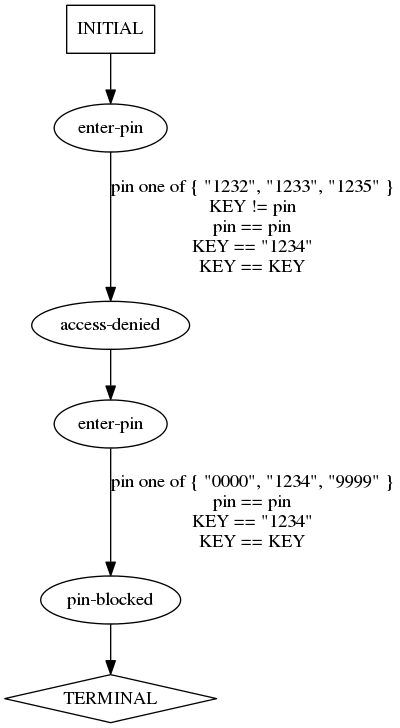
Before: traces/abstract/verify-pin/predicted-paths/verify-pin-test14.dot.png, a diagram exported from Graphviz (ModelInference/synoptic). Its source is kept beside it as traces/abstract/verify-pin/predicted-paths/verify-pin-test14.dot.
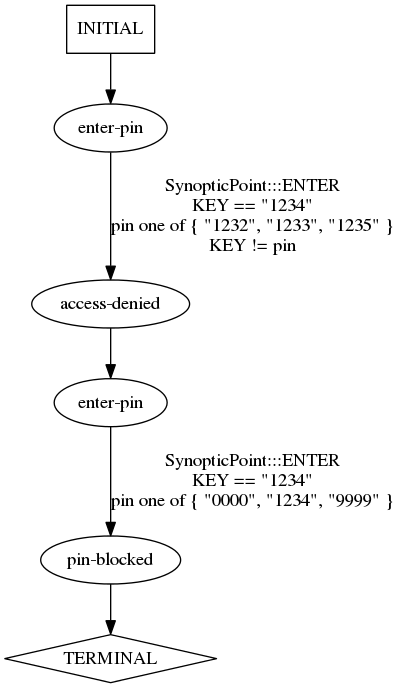
Above is the later version.

The edit, as a diff of the source:
```diff
@@ -6,8 +6,8 @@
   4 [label="TERMINAL",shape=diamond];
   5 [label="INITIAL",shape=box];
 0->2 [label="",];
-1->0 [label="pin one of { \"1232\", \"1233\", \"1235\" }\nKEY != pin\npin == pin\nKEY == \"1234\"\nKEY == KEY",];
-2->3 [label="pin one of { \"0000\", \"1234\", \"9999\" }\npin == pin\nKEY == \"1234\"\nKEY == KEY",];
+1->0 [label="SynopticPoint:::ENTER\nKEY == \"1234\"\npin one of { \"1232\", \"1233\", \"1235\" }\nKEY != pin\n",];
+2->3 [label="SynopticPoint:::ENTER\nKEY == \"1234\"\npin one of { \"0000\", \"1234\", \"9999\" }\n",];
 3->4 [label="",];
 5->1 [label="",];
 } // digraph {
```
